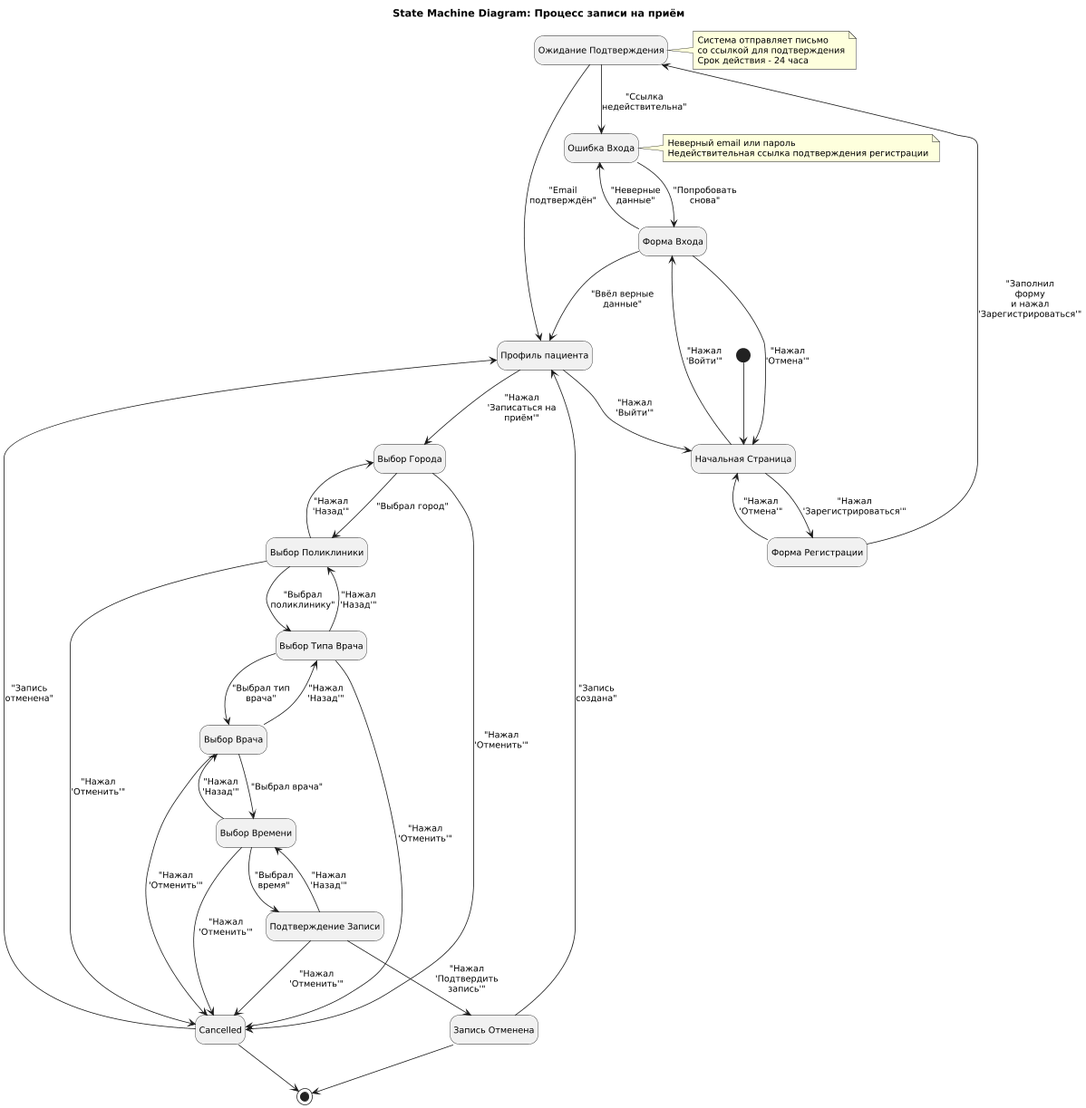
Before: 3. Технические процессы/state.png, a diagram exported from PlantUML (bald03/project-doc).
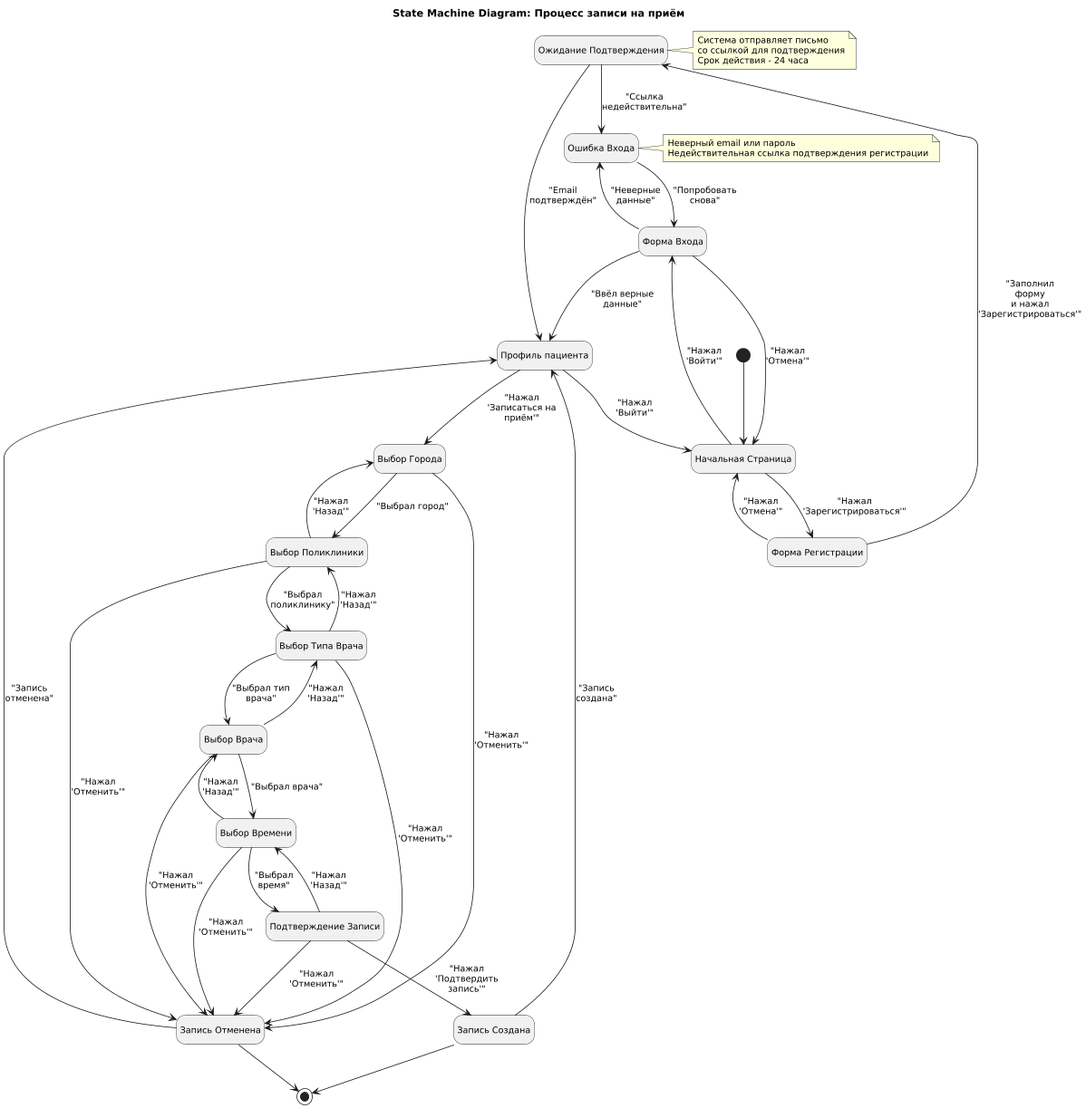
After the commit.

Commit message:
Исправлено замечание по стейт диаграмме

Change to the diagram source:
```diff
@@ -21,7 +21,7 @@
 state "Выбор Времени" as Time
 state "Подтверждение Записи" as Confirm
 state "Запись Создана" as Created
-state "Запись Отменена" as Created
+state "Запись Отменена" as Cancelled
 
 [*] --> Start
 
```
